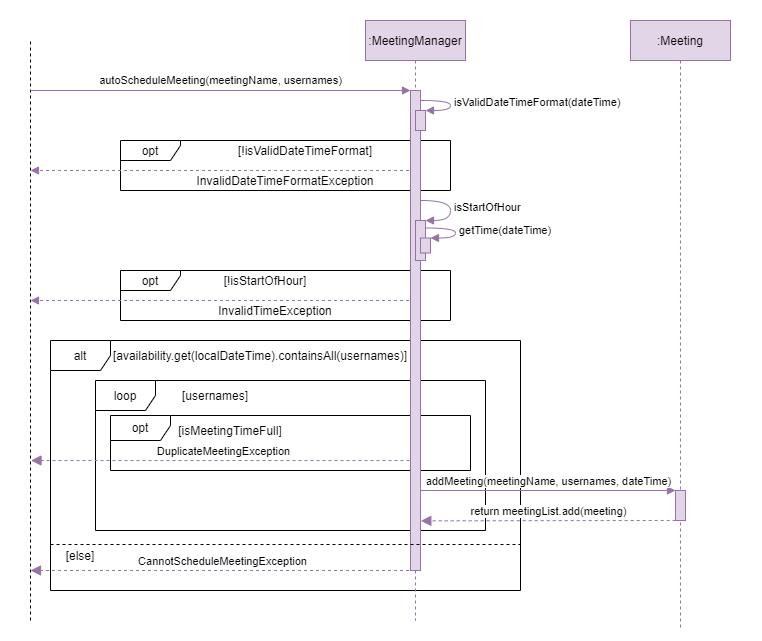
Earlier version of the draw.io export docs/developerGuideDiagrams/manualScheduleSequenceDiagram.png (theeugenechong/tp). Source tidied: cells renumbered, new cells last; positions are measured from the earlier drawing's top-left corner, leaving out a move shared by most shapes.
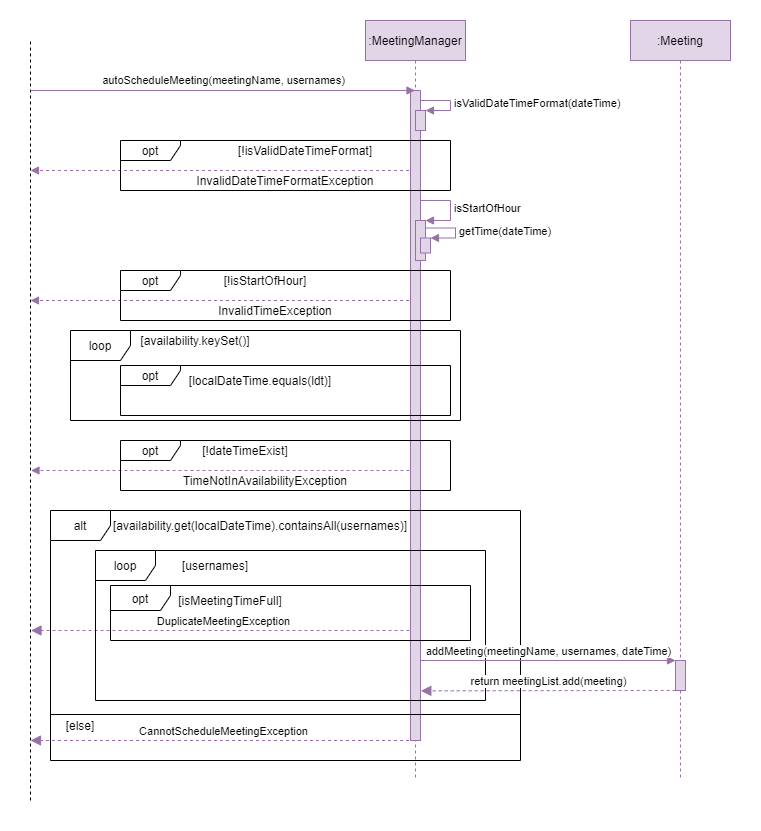
After the change.

What changed in the source:
```diff
@@ -3,23 +3,14 @@
     <mxCell id="0" />
     <mxCell id="1" parent="0" />
     <mxCell id="2" style="rounded=0;whiteSpace=wrap;html=1;strokeColor=none;" parent="1" vertex="1">
-      <mxGeometry width="760" height="640" as="geometry" />
+      <mxGeometry width="760" height="830" as="geometry" />
     </mxCell>
-    <mxCell id="3" value="opt" style="shape=umlFrame;whiteSpace=wrap;html=1;width=60;height=25;" parent="1" vertex="1">
-      <mxGeometry x="110" y="415" width="360" height="55" as="geometry" />
-    </mxCell>
-    <mxCell id="4" value="loop" style="shape=umlFrame;whiteSpace=wrap;html=1;" parent="1" vertex="1">
-      <mxGeometry x="95" y="380" width="390" height="150" as="geometry" />
-    </mxCell>
-    <mxCell id="5" value="alt" style="shape=umlFrame;whiteSpace=wrap;html=1;" parent="1" vertex="1">
-      <mxGeometry x="50" y="340" width="470" height="250" as="geometry" />
-    </mxCell>
-    <mxCell id="6" value="opt" style="shape=umlFrame;whiteSpace=wrap;html=1;fillColor=default;width=60;height=20;" parent="1" vertex="1">
-      <mxGeometry x="120" y="270" width="330" height="50" as="geometry" />
-    </mxCell>
-    <mxCell id="7" value="opt" style="shape=umlFrame;whiteSpace=wrap;html=1;fillColor=default;width=60;height=20;" parent="1" vertex="1">
-      <mxGeometry x="120" y="140" width="330" height="50" as="geometry" />
-    </mxCell>
+    <mxCell id="35" style="endArrow=block;html=1;rounded=0;fillColor=#e1d5e7;strokeColor=#9673a6;dashed=1;endFill=1;" parent="1" edge="1">
+      <mxGeometry relative="1" as="geometry">
+        <mxPoint x="415" y="470" as="sourcePoint" />
+        <mxPoint x="30.5" y="470" as="targetPoint" />
+      </mxGeometry>
+    </mxCell>
     <mxCell id="8" style="endArrow=block;html=1;rounded=0;fillColor=#e1d5e7;strokeColor=#9673a6;dashed=1;endFill=1;" parent="1" edge="1">
       <mxGeometry relative="1" as="geometry">
         <mxPoint x="414.5" y="170" as="sourcePoint" />
@@ -33,20 +24,20 @@
     </mxCell>
     <mxCell id="10" value="DuplicateMeetingException" style="html=1;verticalAlign=bottom;endArrow=block;dashed=1;endSize=8;rounded=0;fillColor=#e1d5e7;strokeColor=#9673a6;endFill=1;" parent="1" edge="1">
       <mxGeometry relative="1" as="geometry">
-        <mxPoint x="415" y="460" as="sourcePoint" />
-        <mxPoint x="30.5" y="460" as="targetPoint" />
+        <mxPoint x="415" y="630" as="sourcePoint" />
+        <mxPoint x="30.5" y="630" as="targetPoint" />
       </mxGeometry>
     </mxCell>
     <mxCell id="11" value=":MeetingManager" style="shape=umlLifeline;perimeter=lifelinePerimeter;rounded=0;shadow=0;strokeWidth=1;fillColor=#e1d5e7;strokeColor=#9673a6;" parent="1" vertex="1">
-      <mxGeometry x="365" y="20" width="100" height="600" as="geometry" />
+      <mxGeometry x="365" y="20" width="100" height="760" as="geometry" />
     </mxCell>
     <mxCell id="12" style="perimeter=orthogonalPerimeter;rounded=0;shadow=0;strokeWidth=1;fillColor=#e1d5e7;strokeColor=#9673a6;" parent="11" vertex="1">
-      <mxGeometry x="45" y="70" width="10" height="480" as="geometry" />
+      <mxGeometry x="45" y="70" width="10" height="650" as="geometry" />
     </mxCell>
     <mxCell id="13" style="html=1;points=[];perimeter=orthogonalPerimeter;fillColor=#e1d5e7;strokeColor=#9673a6;" parent="11" vertex="1">
       <mxGeometry x="50" y="200" width="10" height="40" as="geometry" />
     </mxCell>
-    <mxCell id="14" value="isStartOfHour" style="edgeStyle=orthogonalEdgeStyle;html=1;align=left;spacingLeft=2;endArrow=block;entryX=1;entryY=0;fillColor=#e1d5e7;strokeColor=#9673a6;curved=1;" parent="11" edge="1" target="13">
+    <mxCell id="14" value="isStartOfHour" style="edgeStyle=orthogonalEdgeStyle;html=1;align=left;spacingLeft=2;endArrow=block;rounded=0;entryX=1;entryY=0;fillColor=#e1d5e7;strokeColor=#9673a6;" parent="11" edge="1" target="13">
       <mxGeometry relative="1" as="geometry">
         <mxPoint x="55" y="180" as="sourcePoint" />
         <Array as="points">
@@ -59,7 +50,7 @@
     <mxCell id="15" style="html=1;points=[];perimeter=orthogonalPerimeter;fillColor=#e1d5e7;strokeColor=#9673a6;" parent="11" vertex="1">
       <mxGeometry x="55" y="217.5" width="10" height="15" as="geometry" />
     </mxCell>
-    <mxCell id="16" value="getTime(dateTime)" style="edgeStyle=orthogonalEdgeStyle;html=1;align=left;spacingLeft=2;endArrow=block;entryX=1;entryY=0;fillColor=#e1d5e7;strokeColor=#9673a6;curved=1;" parent="11" edge="1" target="15">
+    <mxCell id="16" value="getTime(dateTime)" style="edgeStyle=orthogonalEdgeStyle;html=1;align=left;spacingLeft=2;endArrow=block;rounded=0;entryX=1;entryY=0;fillColor=#e1d5e7;strokeColor=#9673a6;" parent="11" edge="1" target="15">
       <mxGeometry relative="1" as="geometry">
         <mxPoint x="60" y="207.5" as="sourcePoint" />
         <Array as="points">
@@ -69,44 +60,53 @@
     </mxCell>
     <mxCell id="17" style="endArrow=none;dashed=1;html=1;rounded=0;" parent="1" edge="1">
       <mxGeometry relative="1" as="geometry">
-        <mxPoint x="30" y="620" as="sourcePoint" />
+        <mxPoint x="30" y="800" as="sourcePoint" />
         <mxPoint x="30" y="40" as="targetPoint" />
       </mxGeometry>
     </mxCell>
-    <mxCell id="18" value="autoScheduleMeeting(meetingName, usernames)" style="endArrow=block;html=1;rounded=0;fillColor=#e1d5e7;strokeColor=#9673a6;endFill=1;" parent="1" edge="1">
+    <mxCell id="18" value="autoScheduleMeeting(meetingName, usernames)" style="endArrow=block;html=1;rounded=0;fillColor=#e1d5e7;strokeColor=#9673a6;endFill=1;" parent="1" edge="1" target="11">
       <mxGeometry y="10" relative="1" as="geometry">
         <mxPoint x="30" y="90" as="sourcePoint" />
-        <mxPoint x="410" y="90" as="targetPoint" />
       </mxGeometry>
     </mxCell>
+    <mxCell id="5" value="alt" style="shape=umlFrame;whiteSpace=wrap;html=1;" parent="1" vertex="1">
+      <mxGeometry x="50" y="510" width="470" height="250" as="geometry" />
+    </mxCell>
+    <mxCell id="4" value="loop" style="shape=umlFrame;whiteSpace=wrap;html=1;" parent="1" vertex="1">
+      <mxGeometry x="95" y="550" width="390" height="150" as="geometry" />
+    </mxCell>
+    <mxCell id="3" value="opt" style="shape=umlFrame;whiteSpace=wrap;html=1;width=60;height=25;" parent="1" vertex="1">
+      <mxGeometry x="110" y="585" width="360" height="55" as="geometry" />
+    </mxCell>
     <mxCell id="19" value="[isMeetingTimeFull]" style="text;html=1;strokeColor=none;fillColor=none;align=center;verticalAlign=middle;whiteSpace=wrap;rounded=0;" parent="1" vertex="1">
-      <mxGeometry x="160" y="415" width="140" height="30" as="geometry" />
+      <mxGeometry x="160" y="585" width="140" height="30" as="geometry" />
     </mxCell>
     <mxCell id="20" value=":Meeting" style="shape=umlLifeline;perimeter=lifelinePerimeter;whiteSpace=wrap;html=1;fillColor=#e1d5e7;strokeColor=#9673a6;" parent="1" vertex="1">
-      <mxGeometry x="630" y="20" width="100" height="610" as="geometry" />
+      <mxGeometry x="630" y="20" width="100" height="760" as="geometry" />
     </mxCell>
     <mxCell id="21" style="html=1;points=[];perimeter=orthogonalPerimeter;fillColor=#e1d5e7;strokeColor=#9673a6;" parent="20" vertex="1">
-      <mxGeometry x="45" y="470" width="10" height="30" as="geometry" />
+      <mxGeometry x="45" y="640" width="10" height="30" as="geometry" />
     </mxCell>
     <mxCell id="22" value="addMeeting(meetingName, usernames, dateTime)" style="html=1;verticalAlign=bottom;endArrow=block;entryX=0;entryY=0;rounded=0;fillColor=#e1d5e7;strokeColor=#9673a6;" parent="1" edge="1" target="21">
       <mxGeometry relative="1" as="geometry">
-        <mxPoint x="420" y="490" as="sourcePoint" />
+        <mxPoint x="420" y="660" as="sourcePoint" />
       </mxGeometry>
     </mxCell>
     <mxCell id="23" value="return meetingList.add(meeting)" style="html=1;verticalAlign=bottom;endArrow=block;dashed=1;endSize=8;exitX=0.017;exitY=0.998;rounded=0;exitDx=0;exitDy=0;exitPerimeter=0;fillColor=#e1d5e7;strokeColor=#9673a6;entryX=1.033;entryY=0.819;entryDx=0;entryDy=0;entryPerimeter=0;endFill=1;" parent="1" edge="1" source="21">
       <mxGeometry relative="1" as="geometry">
-        <mxPoint x="420.3" y="520.4" as="targetPoint" />
+        <mxPoint x="420.3" y="690.4" as="targetPoint" />
       </mxGeometry>
     </mxCell>
-    <mxCell id="24" value="CannotScheduleMeetingException" style="html=1;verticalAlign=bottom;endArrow=block;dashed=1;endSize=8;rounded=0;fillColor=#e1d5e7;strokeColor=#9673a6;endFill=1;" parent="1" edge="1" source="11">
+    <mxCell id="24" value="CannotScheduleMeetingException" style="html=1;verticalAlign=bottom;endArrow=block;dashed=1;endSize=8;rounded=0;fillColor=#e1d5e7;strokeColor=#9673a6;endFill=1;" parent="1" edge="1">
       <mxGeometry relative="1" as="geometry">
-        <mxPoint x="30" y="570" as="targetPoint" />
+        <mxPoint x="414.5" y="740" as="sourcePoint" />
+        <mxPoint x="30" y="740" as="targetPoint" />
       </mxGeometry>
     </mxCell>
     <mxCell id="25" value="[usernames]" style="text;html=1;strokeColor=none;fillColor=none;align=center;verticalAlign=middle;whiteSpace=wrap;rounded=0;" parent="1" vertex="1">
-      <mxGeometry x="160" y="380" width="110" height="30" as="geometry" />
+      <mxGeometry x="160" y="550" width="110" height="30" as="geometry" />
     </mxCell>
-    <mxCell id="26" value="isValidDateTimeFormat(dateTime)" style="edgeStyle=orthogonalEdgeStyle;html=1;align=left;spacingLeft=2;endArrow=block;entryX=1;entryY=0;fillColor=#e1d5e7;strokeColor=#9673a6;curved=1;" parent="1" edge="1" target="27">
+    <mxCell id="26" value="isValidDateTimeFormat(dateTime)" style="edgeStyle=orthogonalEdgeStyle;html=1;align=left;spacingLeft=2;endArrow=block;rounded=0;entryX=1;entryY=0;fillColor=#e1d5e7;strokeColor=#9673a6;" parent="1" edge="1" target="27">
       <mxGeometry relative="1" as="geometry">
         <mxPoint x="420" y="100" as="sourcePoint" />
         <Array as="points">
@@ -114,6 +114,9 @@
         </Array>
       </mxGeometry>
     </mxCell>
+    <mxCell id="6" value="opt" style="shape=umlFrame;whiteSpace=wrap;html=1;fillColor=default;width=60;height=20;" parent="1" vertex="1">
+      <mxGeometry x="120" y="270" width="330" height="50" as="geometry" />
+    </mxCell>
     <mxCell id="27" style="html=1;points=[];perimeter=orthogonalPerimeter;fillColor=#e1d5e7;strokeColor=#9673a6;" parent="1" vertex="1">
       <mxGeometry x="415" y="110" width="10" height="20" as="geometry" />
     </mxCell>
@@ -129,14 +132,38 @@
     <mxCell id="31" value="InvalidTimeException" style="text;html=1;strokeColor=none;fillColor=none;align=center;verticalAlign=middle;whiteSpace=wrap;rounded=0;" parent="1" vertex="1">
       <mxGeometry x="200" y="300" width="150" height="20" as="geometry" />
     </mxCell>
+    <mxCell id="7" value="opt" style="shape=umlFrame;whiteSpace=wrap;html=1;fillColor=default;width=60;height=20;" parent="1" vertex="1">
+      <mxGeometry x="120" y="140" width="330" height="50" as="geometry" />
+    </mxCell>
     <mxCell id="32" value="[availability.get(localDateTime).containsAll(usernames)]" style="text;html=1;strokeColor=none;fillColor=none;align=center;verticalAlign=middle;whiteSpace=wrap;rounded=0;" parent="1" vertex="1">
-      <mxGeometry x="95" y="340" width="330" height="30" as="geometry" />
+      <mxGeometry x="95" y="510" width="330" height="30" as="geometry" />
     </mxCell>
-    <mxCell id="33" style="line;strokeWidth=1;fillColor=none;align=left;verticalAlign=middle;spacingTop=-1;spacingLeft=3;spacingRight=3;labelPosition=right;dashed=1;" parent="1" vertex="1">
-      <mxGeometry x="50" y="540" width="470" height="8" as="geometry" />
+    <mxCell id="33" style="line;strokeWidth=1;fillColor=none;align=left;verticalAlign=middle;spacingTop=-1;spacingLeft=3;spacingRight=3;labelPosition=right;" parent="1" vertex="1">
+      <mxGeometry x="50" y="710" width="470" height="8" as="geometry" />
     </mxCell>
     <mxCell id="34" value="[else]" style="text;html=1;strokeColor=none;fillColor=none;align=center;verticalAlign=middle;whiteSpace=wrap;rounded=0;" parent="1" vertex="1">
-      <mxGeometry x="40" y="540" width="80" height="30" as="geometry" />
+      <mxGeometry x="40" y="710" width="80" height="30" as="geometry" />
     </mxCell>
+    <mxCell id="36" value="loop" style="shape=umlFrame;whiteSpace=wrap;html=1;" parent="1" vertex="1">
+      <mxGeometry x="70" y="330" width="390" height="90" as="geometry" />
+    </mxCell>
+    <mxCell id="37" value="opt" style="shape=umlFrame;whiteSpace=wrap;html=1;fillColor=default;width=60;height=20;" parent="1" vertex="1">
+      <mxGeometry x="120" y="365" width="330" height="50" as="geometry" />
+    </mxCell>
+    <mxCell id="38" value="[availability.keySet()]" style="text;html=1;strokeColor=none;fillColor=none;align=center;verticalAlign=middle;whiteSpace=wrap;rounded=0;" parent="1" vertex="1">
+      <mxGeometry x="120" y="330" width="150" height="20" as="geometry" />
+    </mxCell>
+    <mxCell id="39" value="opt" style="shape=umlFrame;whiteSpace=wrap;html=1;fillColor=default;width=60;height=20;" parent="1" vertex="1">
+      <mxGeometry x="120" y="440" width="330" height="50" as="geometry" />
+    </mxCell>
+    <mxCell id="40" value="[localDateTime.equals(ldt)]" style="text;html=1;strokeColor=none;fillColor=none;align=center;verticalAlign=middle;whiteSpace=wrap;rounded=0;" parent="1" vertex="1">
+      <mxGeometry x="185" y="370" width="150" height="20" as="geometry" />
+    </mxCell>
+    <mxCell id="41" value="[!dateTimeExist]" style="text;html=1;strokeColor=none;fillColor=none;align=center;verticalAlign=middle;whiteSpace=wrap;rounded=0;" parent="1" vertex="1">
+      <mxGeometry x="170" y="440" width="150" height="20" as="geometry" />
+    </mxCell>
+    <mxCell id="42" value="TimeNotInAvailabilityException" style="text;html=1;strokeColor=none;fillColor=none;align=center;verticalAlign=middle;whiteSpace=wrap;rounded=0;" parent="1" vertex="1">
+      <mxGeometry x="190" y="470" width="150" height="20" as="geometry" />
+    </mxCell>
   </root>
 </mxGraphModel>
```
